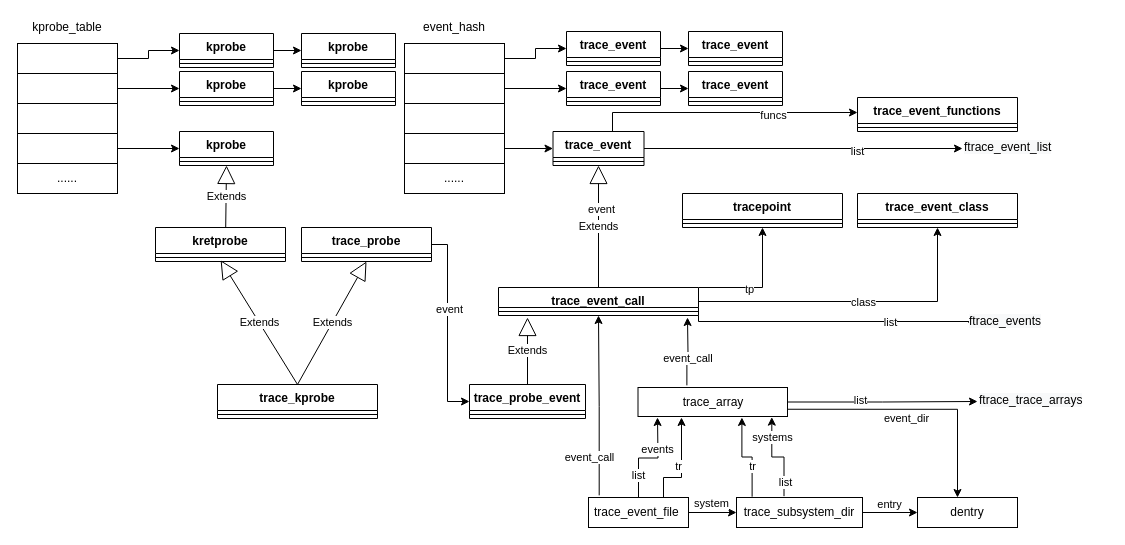
The draw.io diagram trace.drawio in jasonactions/graph, before the edit. Source tidied: cells renumbered, new cells numbered last; positions are measured from the earlier drawing's top-left corner, leaving out a move shared by most shapes. Both pictures are drawn from the tidied source at 100%, with x=0, y=0 at pixel (17, 17).
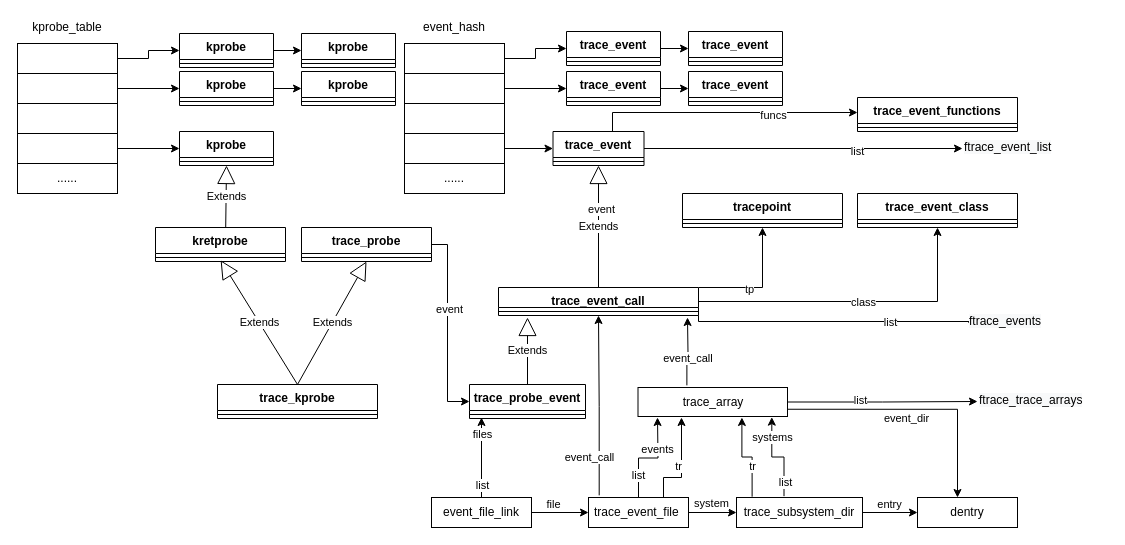
Above is the later version.

Unchanged cells that the change refers to:
```xml
<mxCell id="95" value="&lt;div style=&quot;text-align: left&quot;&gt;&lt;span&gt;trace_event_file&amp;nbsp;&lt;/span&gt;&lt;/div&gt;" style="rounded=0;whiteSpace=wrap;html=1;" parent="1" vertex="1">
  <mxGeometry x="571" y="480" width="100" height="30" as="geometry" />
</mxCell>
```

The edit, as a diff of the source:
```diff
@@
+    <mxCell id="107" style="edgeStyle=orthogonalEdgeStyle;rounded=0;jettySize=auto;html=1;" parent="1" edge="1" source="112">
+      <mxGeometry relative="1" as="geometry">
+        <mxPoint x="464" y="400" as="targetPoint" />
+      </mxGeometry>
+    </mxCell>
+    <mxCell id="108" value="list" style="edgeLabel;html=1;align=center;verticalAlign=middle;" parent="107" vertex="1">
+      <mxGeometry x="-0.68" relative="1" as="geometry" />
+    </mxCell>
+    <mxCell id="109" value="files" style="edgeLabel;html=1;align=center;verticalAlign=middle;" parent="107" vertex="1">
+      <mxGeometry x="0.58" relative="1" as="geometry" />
+    </mxCell>
+    <mxCell id="110" style="edgeStyle=orthogonalEdgeStyle;rounded=0;jettySize=auto;html=1;entryX=0;entryY=0.5;entryDx=0;entryDy=0;" parent="1" edge="1" source="112" target="95">
+      <mxGeometry relative="1" as="geometry" />
+    </mxCell>
+    <mxCell id="111" value="file" style="edgeLabel;html=1;align=center;verticalAlign=middle;" parent="110" vertex="1">
+      <mxGeometry x="0.34" relative="1" as="geometry">
+        <mxPoint x="-17" y="-9" as="offset" />
+      </mxGeometry>
+    </mxCell>
+    <mxCell id="112" value="&lt;div style=&quot;text-align: left&quot;&gt;event_file_link&lt;br&gt;&lt;/div&gt;" style="rounded=0;whiteSpace=wrap;html=1;" parent="1" vertex="1">
+      <mxGeometry x="414" y="480" width="100" height="30" as="geometry" />
+    </mxCell>
```
